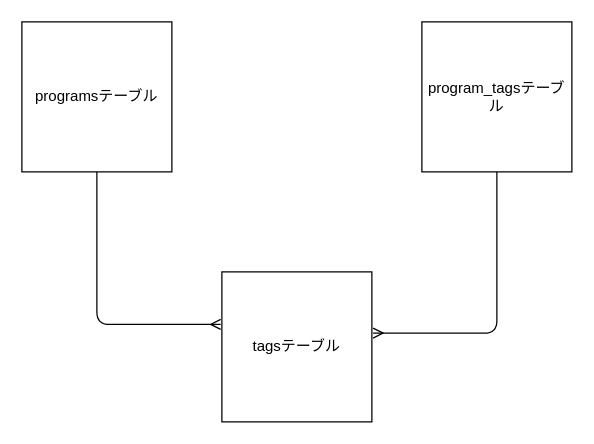
This is table.dio from 97ishikawa9/program_output, a draw.io file, before an edit. Source tidied: cells renumbered, new cells numbered last; positions are measured from the earlier drawing's top-left corner, leaving out a move shared by most shapes. Both pictures are drawn from the tidied source at 125%, with x=0, y=0 at pixel (21, 21).
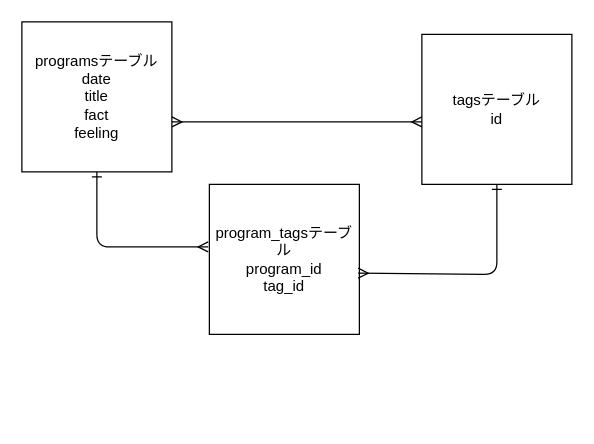
After the change.

Commit message:
テーブル設計の手直し(idの追加)

What changed in the source:
```diff
@@
 <mxGraphModel>
   <root>
     <mxCell id="0" />
     <mxCell id="1" parent="0" />
-    <mxCell id="2" value="programsテーブル" style="whiteSpace=wrap;html=1;" parent="1" vertex="1">
+    <mxCell id="2" value="programsテーブル&lt;br&gt;date&lt;br&gt;title&lt;br&gt;fact&lt;br&gt;feeling" style="whiteSpace=wrap;html=1;" parent="1" vertex="1">
       <mxGeometry width="120" height="120" as="geometry" />
     </mxCell>
-    <mxCell id="3" value="program_tagsテーブル" style="whiteSpace=wrap;html=1;" parent="1" vertex="1">
-      <mxGeometry x="320" width="120" height="120" as="geometry" />
+    <mxCell id="3" value="program_tagsテーブル&lt;br&gt;program_id&lt;br&gt;tag_id" style="whiteSpace=wrap;html=1;" parent="1" vertex="1">
+      <mxGeometry x="150" y="130" width="120" height="120" as="geometry" />
     </mxCell>
-    <mxCell id="4" value="tagsテーブル" style="whiteSpace=wrap;html=1;" parent="1" vertex="1">
-      <mxGeometry x="160" y="200" width="120" height="120" as="geometry" />
+    <mxCell id="4" value="tagsテーブル&lt;br&gt;id" style="whiteSpace=wrap;html=1;" parent="1" vertex="1">
+      <mxGeometry x="320" y="10" width="120" height="120" as="geometry" />
     </mxCell>
-    <mxCell id="5" style="endArrow=none;html=1;startArrow=ERmany;startFill=0;exitX=-0.008;exitY=0.35;exitDx=0;exitDy=0;exitPerimeter=0;entryX=0.5;entryY=1;entryDx=0;entryDy=0;" parent="1" edge="1" source="4" target="2">
+    <mxCell id="5" style="endArrow=ERmany;html=1;startArrow=ERone;startFill=0;entryX=-0.008;entryY=0.417;entryDx=0;entryDy=0;endFill=0;entryPerimeter=0;exitX=0.5;exitY=1;exitDx=0;exitDy=0;" parent="1" edge="1" source="2" target="3">
       <mxGeometry relative="1" as="geometry">
         <Array as="points">
-          <mxPoint x="60" y="242" />
+          <mxPoint x="60" y="180" />
         </Array>
       </mxGeometry>
     </mxCell>
-    <mxCell id="6" style="endArrow=none;html=1;exitX=1.008;exitY=0.408;exitDx=0;exitDy=0;exitPerimeter=0;entryX=0.5;entryY=1;entryDx=0;entryDy=0;startArrow=ERmany;startFill=0;" parent="1" edge="1" source="4" target="3">
+    <mxCell id="6" style="endArrow=ERone;html=1;exitX=0.992;exitY=0.592;exitDx=0;exitDy=0;entryX=0.5;entryY=1;entryDx=0;entryDy=0;startArrow=ERmany;startFill=0;endFill=0;exitPerimeter=0;" parent="1" edge="1" source="3" target="4">
       <mxGeometry relative="1" as="geometry">
         <Array as="points">
-          <mxPoint x="380" y="249" />
+          <mxPoint x="380" y="202" />
         </Array>
       </mxGeometry>
     </mxCell>
+    <mxCell id="7" style="endArrow=none;html=1;entryX=0;entryY=0.667;entryDx=0;entryDy=0;entryPerimeter=0;startArrow=ERmany;startFill=0;strokeColor=none;" parent="1" edge="1" target="3">
+      <mxGeometry relative="1" as="geometry">
+        <mxPoint x="120" y="80" as="sourcePoint" />
+      </mxGeometry>
+    </mxCell>
+    <mxCell id="8" style="endArrow=ERmany;html=1;endFill=0;startArrow=ERmany;startFill=0;" parent="1" edge="1">
+      <mxGeometry relative="1" as="geometry">
+        <mxPoint x="120" y="80" as="sourcePoint" />
+        <mxPoint x="320" y="80" as="targetPoint" />
+      </mxGeometry>
+    </mxCell>
   </root>
 </mxGraphModel>
```
